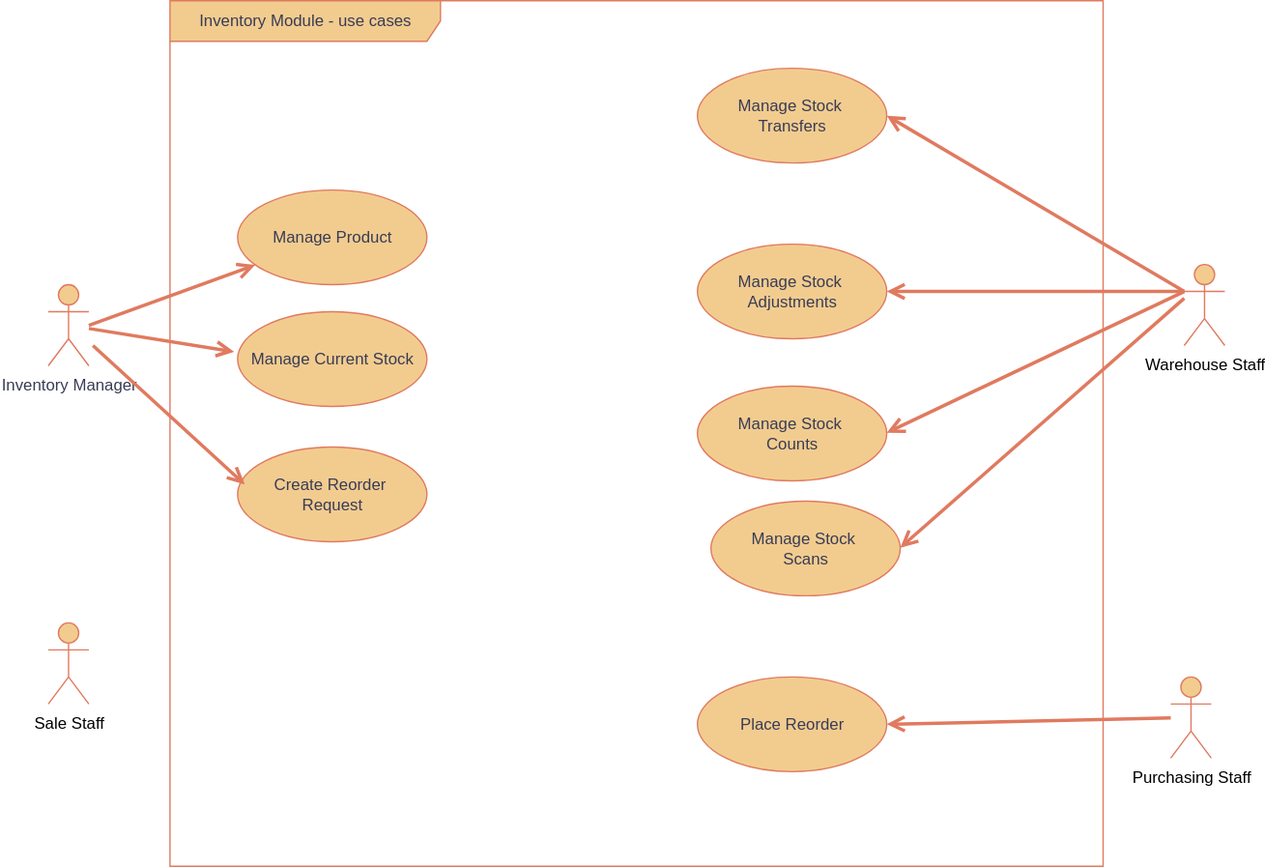
Above: Documents/Usecase/Inventory_module/Inventory.drawio.svg in thongsaint2209/YPP4-ThongVo2209 (draw.io), before the change. Source tidied: cells renumbered, new cells last; positions are measured from the earlier drawing's top-left corner, leaving out a move shared by most shapes. Source of this version:
```xml
<mxGraphModel>
  <root>
    <mxCell id="0" />
    <mxCell id="1" parent="0" />
    <mxCell id="2" value="Inventory Module - use cases" style="shape=umlFrame;whiteSpace=wrap;html=1;strokeColor=#E07A5F;fontColor=#393C56;fillColor=#F2CC8F;width=200;height=30;" parent="1" vertex="1">
      <mxGeometry x="90" width="690" height="640" as="geometry" />
    </mxCell>
    <mxCell id="3" value="Manage Product" style="ellipse;whiteSpace=wrap;html=1;strokeColor=#E07A5F;fontColor=#393C56;fillColor=#F2CC8F;" parent="1" vertex="1">
      <mxGeometry x="140" y="140" width="140" height="70" as="geometry" />
    </mxCell>
    <mxCell id="4" value="&lt;span style=&quot;color: rgb(0, 0, 0); background-color: rgb(255, 255, 255);&quot;&gt;Warehouse Staff&lt;/span&gt;" style="shape=umlActor;verticalLabelPosition=bottom;verticalAlign=top;html=1;strokeColor=#E07A5F;fontColor=#393C56;fillColor=#F2CC8F;" parent="1" vertex="1">
      <mxGeometry x="840" y="195" width="30" height="60" as="geometry" />
    </mxCell>
    <mxCell id="5" value="Place Reorder" style="ellipse;whiteSpace=wrap;html=1;strokeColor=#E07A5F;fontColor=#393C56;fillColor=#F2CC8F;" parent="1" vertex="1">
      <mxGeometry x="480" y="500" width="140" height="70" as="geometry" />
    </mxCell>
    <mxCell id="6" value="Manage Stock&amp;nbsp;&lt;div&gt;Transfers&lt;/div&gt;" style="ellipse;whiteSpace=wrap;html=1;strokeColor=#E07A5F;fontColor=#393C56;fillColor=#F2CC8F;" parent="1" vertex="1">
      <mxGeometry x="480" y="50" width="140" height="70" as="geometry" />
    </mxCell>
    <mxCell id="7" value="Manage Stock&amp;nbsp;&lt;div&gt;Adjustments&lt;/div&gt;" style="ellipse;whiteSpace=wrap;html=1;strokeColor=#E07A5F;fontColor=#393C56;fillColor=#F2CC8F;" parent="1" vertex="1">
      <mxGeometry x="480" y="180" width="140" height="70" as="geometry" />
    </mxCell>
    <mxCell id="8" style="endArrow=open;startArrow=none;endFill=0;startFill=0;endSize=8;startSize=10;html=1;rounded=0;strokeColor=#E07A5F;fontColor=#393C56;fillColor=#F2CC8F;strokeWidth=2.5;" parent="1" edge="1" target="3">
      <mxGeometry relative="1" as="geometry">
        <mxPoint x="30" y="240" as="sourcePoint" />
      </mxGeometry>
    </mxCell>
    <mxCell id="9" value="&lt;div style=&quot;text-align: justify;&quot;&gt;&lt;span style=&quot;text-wrap-mode: wrap; background-color: transparent; color: light-dark(rgb(57, 60, 86), rgb(182, 184, 207)); text-align: center;&quot;&gt;Inventory&amp;nbsp;&lt;/span&gt;Manager&lt;/div&gt;" style="shape=umlActor;verticalLabelPosition=bottom;verticalAlign=top;html=1;strokeColor=#E07A5F;fontColor=#393C56;fillColor=#F2CC8F;align=center;" parent="1" vertex="1">
      <mxGeometry y="210" width="30" height="60" as="geometry" />
    </mxCell>
    <mxCell id="10" style="endArrow=open;startArrow=none;endFill=0;startFill=0;endSize=8;startSize=10;html=1;rounded=0;strokeColor=#E07A5F;fontColor=#393C56;fillColor=#F2CC8F;strokeWidth=2.5;entryX=1;entryY=0.5;entryDx=0;entryDy=0;" parent="1" edge="1" target="5">
      <mxGeometry relative="1" as="geometry">
        <mxPoint x="830" y="530.3" as="sourcePoint" />
      </mxGeometry>
    </mxCell>
    <mxCell id="11" style="endArrow=open;startArrow=none;endFill=0;startFill=0;endSize=8;startSize=10;html=1;rounded=0;strokeColor=#E07A5F;fontColor=#393C56;fillColor=#F2CC8F;strokeWidth=2.5;exitX=0;exitY=0.3333333333333333;exitDx=0;exitDy=0;exitPerimeter=0;entryX=1;entryY=0.5;entryDx=0;entryDy=0;" parent="1" edge="1" source="4">
      <mxGeometry relative="1" as="geometry">
        <mxPoint x="620" y="85" as="targetPoint" />
      </mxGeometry>
    </mxCell>
    <mxCell id="12" style="endArrow=open;startArrow=none;endFill=0;startFill=0;endSize=8;startSize=10;html=1;rounded=0;strokeColor=#E07A5F;fontColor=#393C56;fillColor=#F2CC8F;strokeWidth=2.5;exitX=0;exitY=0.3333333333333333;exitDx=0;exitDy=0;exitPerimeter=0;entryX=1;entryY=0.5;entryDx=0;entryDy=0;" parent="1" edge="1" source="4" target="7">
      <mxGeometry relative="1" as="geometry" />
    </mxCell>
    <mxCell id="13" value="Manage Current Stock" style="ellipse;whiteSpace=wrap;html=1;strokeColor=#E07A5F;fontColor=#393C56;fillColor=#F2CC8F;" parent="1" vertex="1">
      <mxGeometry x="140" y="230" width="140" height="70" as="geometry" />
    </mxCell>
    <mxCell id="14" style="endArrow=open;startArrow=none;endFill=0;startFill=0;endSize=8;startSize=10;html=1;rounded=0;strokeColor=#E07A5F;fontColor=#393C56;fillColor=#F2CC8F;strokeWidth=2.5;entryX=-0.018;entryY=0.422;entryDx=0;entryDy=0;entryPerimeter=0;" parent="1" edge="1" source="9" target="13">
      <mxGeometry relative="1" as="geometry" />
    </mxCell>
    <mxCell id="15" value="Create Reorder&amp;nbsp;&lt;div&gt;Request&lt;/div&gt;" style="ellipse;whiteSpace=wrap;html=1;strokeColor=#E07A5F;fontColor=#393C56;fillColor=#F2CC8F;" parent="1" vertex="1">
      <mxGeometry x="140" y="330" width="140" height="70" as="geometry" />
    </mxCell>
    <mxCell id="16" style="endArrow=open;startArrow=none;endFill=0;startFill=0;endSize=8;startSize=10;html=1;rounded=0;strokeColor=#E07A5F;fontColor=#393C56;fillColor=#F2CC8F;strokeWidth=2.5;entryX=0.038;entryY=0.396;entryDx=0;entryDy=0;entryPerimeter=0;" parent="1" edge="1" target="15">
      <mxGeometry relative="1" as="geometry">
        <mxPoint x="33" y="255" as="sourcePoint" />
      </mxGeometry>
    </mxCell>
    <mxCell id="17" value="&lt;span style=&quot;color: rgb(0, 0, 0); background-color: rgb(255, 255, 255);&quot;&gt;Sale Staff&lt;/span&gt;" style="shape=umlActor;verticalLabelPosition=bottom;verticalAlign=top;html=1;strokeColor=#E07A5F;fontColor=#393C56;fillColor=#F2CC8F;" parent="1" vertex="1">
      <mxGeometry y="460" width="30" height="60" as="geometry" />
    </mxCell>
    <mxCell id="18" value="&lt;span style=&quot;color: rgb(0, 0, 0); background-color: rgb(255, 255, 255);&quot;&gt;Purchasing Staff&lt;/span&gt;" style="shape=umlActor;verticalLabelPosition=bottom;verticalAlign=top;html=1;strokeColor=#E07A5F;fontColor=#393C56;fillColor=#F2CC8F;" parent="1" vertex="1">
      <mxGeometry x="830" y="500" width="30" height="60" as="geometry" />
    </mxCell>
    <mxCell id="19" value="Manage Stock&amp;nbsp;&lt;div&gt;Counts&lt;/div&gt;" style="ellipse;whiteSpace=wrap;html=1;strokeColor=#E07A5F;fontColor=#393C56;fillColor=#F2CC8F;" parent="1" vertex="1">
      <mxGeometry x="480" y="285" width="140" height="70" as="geometry" />
    </mxCell>
    <mxCell id="20" style="endArrow=open;startArrow=none;endFill=0;startFill=0;endSize=8;startSize=10;html=1;rounded=0;strokeColor=#E07A5F;fontColor=#393C56;fillColor=#F2CC8F;strokeWidth=2.5;exitX=0;exitY=0.3333333333333333;exitDx=0;exitDy=0;exitPerimeter=0;entryX=1;entryY=0.5;entryDx=0;entryDy=0;" parent="1" edge="1" source="4">
      <mxGeometry relative="1" as="geometry">
        <mxPoint x="620" y="319.4" as="targetPoint" />
      </mxGeometry>
    </mxCell>
    <mxCell id="21" value="Manage Stock&amp;nbsp;&lt;div&gt;Scans&lt;/div&gt;" style="ellipse;whiteSpace=wrap;html=1;strokeColor=#E07A5F;fontColor=#393C56;fillColor=#F2CC8F;" parent="1" vertex="1">
      <mxGeometry x="490" y="370" width="140" height="70" as="geometry" />
    </mxCell>
    <mxCell id="22" style="endArrow=open;startArrow=none;endFill=0;startFill=0;endSize=8;startSize=10;html=1;rounded=0;strokeColor=#E07A5F;fontColor=#393C56;fillColor=#F2CC8F;strokeWidth=2.5;entryX=1;entryY=0.5;entryDx=0;entryDy=0;" parent="1" edge="1">
      <mxGeometry relative="1" as="geometry">
        <mxPoint x="840" y="220" as="sourcePoint" />
        <mxPoint x="630" y="404.4" as="targetPoint" />
      </mxGeometry>
    </mxCell>
  </root>
</mxGraphModel>
```
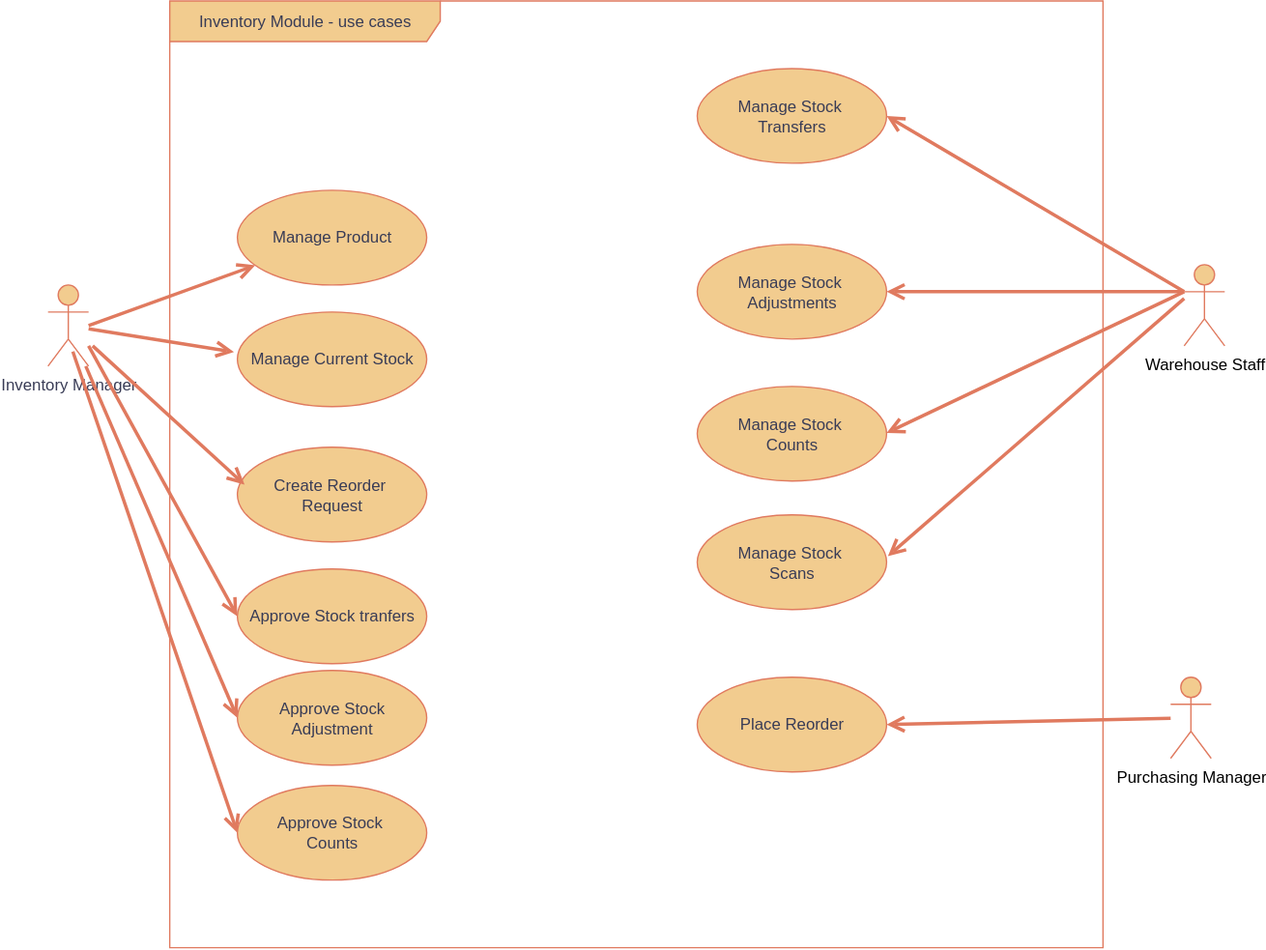
After the change.

The edit, as a diff of the source:
```diff
@@ -3,7 +3,7 @@
     <mxCell id="0" />
     <mxCell id="1" parent="0" />
     <mxCell id="2" value="Inventory Module - use cases" style="shape=umlFrame;whiteSpace=wrap;html=1;strokeColor=#E07A5F;fontColor=#393C56;fillColor=#F2CC8F;width=200;height=30;" parent="1" vertex="1">
-      <mxGeometry x="90" width="690" height="640" as="geometry" />
+      <mxGeometry x="90" width="690" height="700" as="geometry" />
     </mxCell>
     <mxCell id="3" value="Manage Product" style="ellipse;whiteSpace=wrap;html=1;strokeColor=#E07A5F;fontColor=#393C56;fillColor=#F2CC8F;" parent="1" vertex="1">
       <mxGeometry x="140" y="140" width="140" height="70" as="geometry" />
@@ -55,10 +55,7 @@
         <mxPoint x="33" y="255" as="sourcePoint" />
       </mxGeometry>
     </mxCell>
-    <mxCell id="17" value="&lt;span style=&quot;color: rgb(0, 0, 0); background-color: rgb(255, 255, 255);&quot;&gt;Sale Staff&lt;/span&gt;" style="shape=umlActor;verticalLabelPosition=bottom;verticalAlign=top;html=1;strokeColor=#E07A5F;fontColor=#393C56;fillColor=#F2CC8F;" parent="1" vertex="1">
-      <mxGeometry y="460" width="30" height="60" as="geometry" />
-    </mxCell>
-    <mxCell id="18" value="&lt;span style=&quot;color: rgb(0, 0, 0); background-color: rgb(255, 255, 255);&quot;&gt;Purchasing Staff&lt;/span&gt;" style="shape=umlActor;verticalLabelPosition=bottom;verticalAlign=top;html=1;strokeColor=#E07A5F;fontColor=#393C56;fillColor=#F2CC8F;" parent="1" vertex="1">
+    <mxCell id="18" value="&lt;span style=&quot;color: rgb(0, 0, 0); background-color: rgb(255, 255, 255);&quot;&gt;Purchasing Manager&lt;/span&gt;" style="shape=umlActor;verticalLabelPosition=bottom;verticalAlign=top;html=1;strokeColor=#E07A5F;fontColor=#393C56;fillColor=#F2CC8F;" parent="1" vertex="1">
       <mxGeometry x="830" y="500" width="30" height="60" as="geometry" />
     </mxCell>
     <mxCell id="19" value="Manage Stock&amp;nbsp;&lt;div&gt;Counts&lt;/div&gt;" style="ellipse;whiteSpace=wrap;html=1;strokeColor=#E07A5F;fontColor=#393C56;fillColor=#F2CC8F;" parent="1" vertex="1">
@@ -70,13 +67,32 @@
       </mxGeometry>
     </mxCell>
     <mxCell id="21" value="Manage Stock&amp;nbsp;&lt;div&gt;Scans&lt;/div&gt;" style="ellipse;whiteSpace=wrap;html=1;strokeColor=#E07A5F;fontColor=#393C56;fillColor=#F2CC8F;" parent="1" vertex="1">
-      <mxGeometry x="490" y="370" width="140" height="70" as="geometry" />
+      <mxGeometry x="480" y="380" width="140" height="70" as="geometry" />
     </mxCell>
-    <mxCell id="22" style="endArrow=open;startArrow=none;endFill=0;startFill=0;endSize=8;startSize=10;html=1;rounded=0;strokeColor=#E07A5F;fontColor=#393C56;fillColor=#F2CC8F;strokeWidth=2.5;entryX=1;entryY=0.5;entryDx=0;entryDy=0;" parent="1" edge="1">
+    <mxCell id="22" style="endArrow=open;startArrow=none;endFill=0;startFill=0;endSize=8;startSize=10;html=1;rounded=0;strokeColor=#E07A5F;fontColor=#393C56;fillColor=#F2CC8F;strokeWidth=2.5;entryX=1.007;entryY=0.436;entryDx=0;entryDy=0;entryPerimeter=0;" parent="1" edge="1" target="21">
       <mxGeometry relative="1" as="geometry">
         <mxPoint x="840" y="220" as="sourcePoint" />
-        <mxPoint x="630" y="404.4" as="targetPoint" />
       </mxGeometry>
     </mxCell>
+    <mxCell id="23" value="Approve Stock tranfers" style="ellipse;whiteSpace=wrap;html=1;strokeColor=#E07A5F;fontColor=#393C56;fillColor=#F2CC8F;" parent="1" vertex="1">
+      <mxGeometry x="140" y="420" width="140" height="70" as="geometry" />
+    </mxCell>
+    <mxCell id="24" style="endArrow=open;startArrow=none;endFill=0;startFill=0;endSize=8;startSize=10;html=1;rounded=0;strokeColor=#E07A5F;fontColor=#393C56;fillColor=#F2CC8F;strokeWidth=2.5;entryX=0;entryY=0.5;entryDx=0;entryDy=0;" parent="1" edge="1" target="23">
+      <mxGeometry relative="1" as="geometry">
+        <mxPoint x="30" y="255" as="sourcePoint" />
+      </mxGeometry>
+    </mxCell>
+    <mxCell id="25" value="Approve Stock Adjustment" style="ellipse;whiteSpace=wrap;html=1;strokeColor=#E07A5F;fontColor=#393C56;fillColor=#F2CC8F;" parent="1" vertex="1">
+      <mxGeometry x="140" y="495" width="140" height="70" as="geometry" />
+    </mxCell>
+    <mxCell id="26" style="endArrow=open;startArrow=none;endFill=0;startFill=0;endSize=8;startSize=10;html=1;rounded=0;strokeColor=#E07A5F;fontColor=#393C56;fillColor=#F2CC8F;strokeWidth=2.5;entryX=0;entryY=0.5;entryDx=0;entryDy=0;" parent="1" edge="1" source="9" target="25">
+      <mxGeometry relative="1" as="geometry" />
+    </mxCell>
+    <mxCell id="27" value="Approve Stock&amp;nbsp;&lt;div&gt;Counts&lt;/div&gt;" style="ellipse;whiteSpace=wrap;html=1;strokeColor=#E07A5F;fontColor=#393C56;fillColor=#F2CC8F;" parent="1" vertex="1">
+      <mxGeometry x="140" y="580" width="140" height="70" as="geometry" />
+    </mxCell>
+    <mxCell id="28" style="endArrow=open;startArrow=none;endFill=0;startFill=0;endSize=8;startSize=10;html=1;rounded=0;strokeColor=#E07A5F;fontColor=#393C56;fillColor=#F2CC8F;strokeWidth=2.5;entryX=0;entryY=0.5;entryDx=0;entryDy=0;exitX=0.612;exitY=0.821;exitDx=0;exitDy=0;exitPerimeter=0;" parent="1" edge="1" source="9" target="27">
+      <mxGeometry relative="1" as="geometry" />
+    </mxCell>
   </root>
 </mxGraphModel>
```
